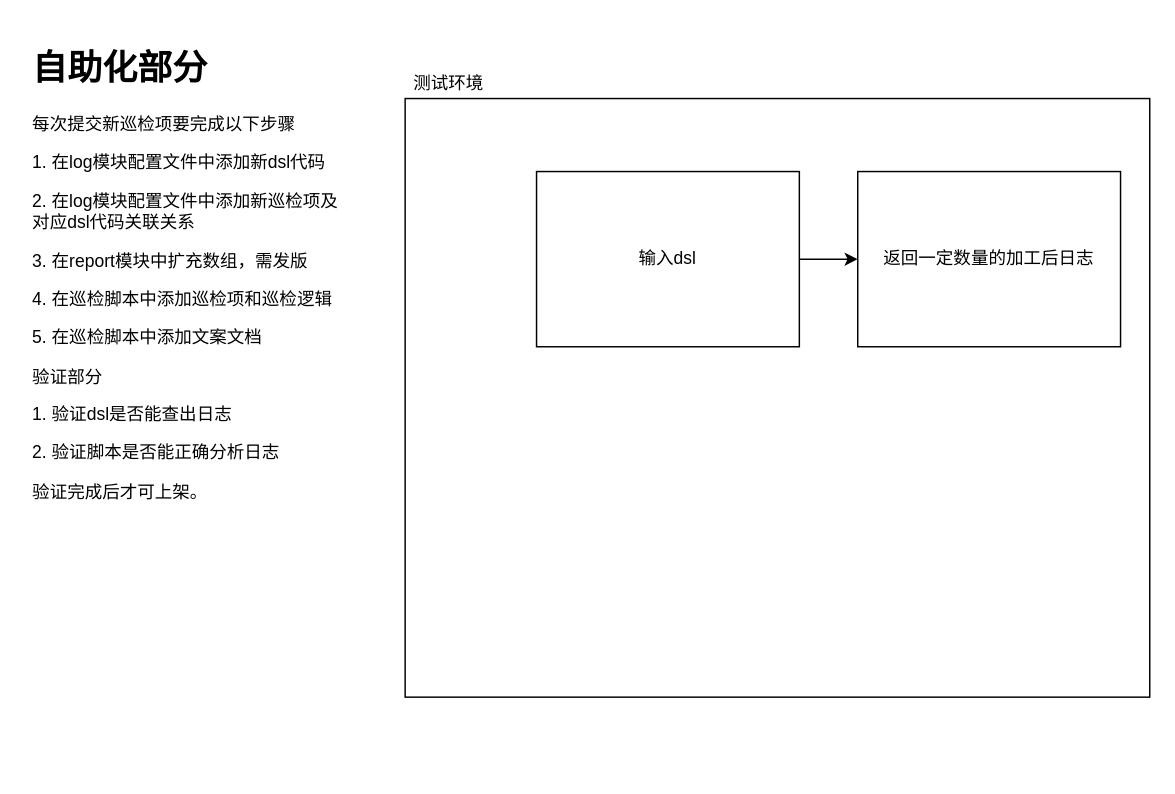
Earlier version of the draw.io diagram img/123.drawio (Readercyc/demo). Source tidied: cells renumbered, new cells numbered last; positions are measured from the earlier drawing's top-left corner, leaving out a move shared by most shapes. Both pictures are drawn from the tidied source at 146%, with x=0, y=0 at pixel (25, 39).
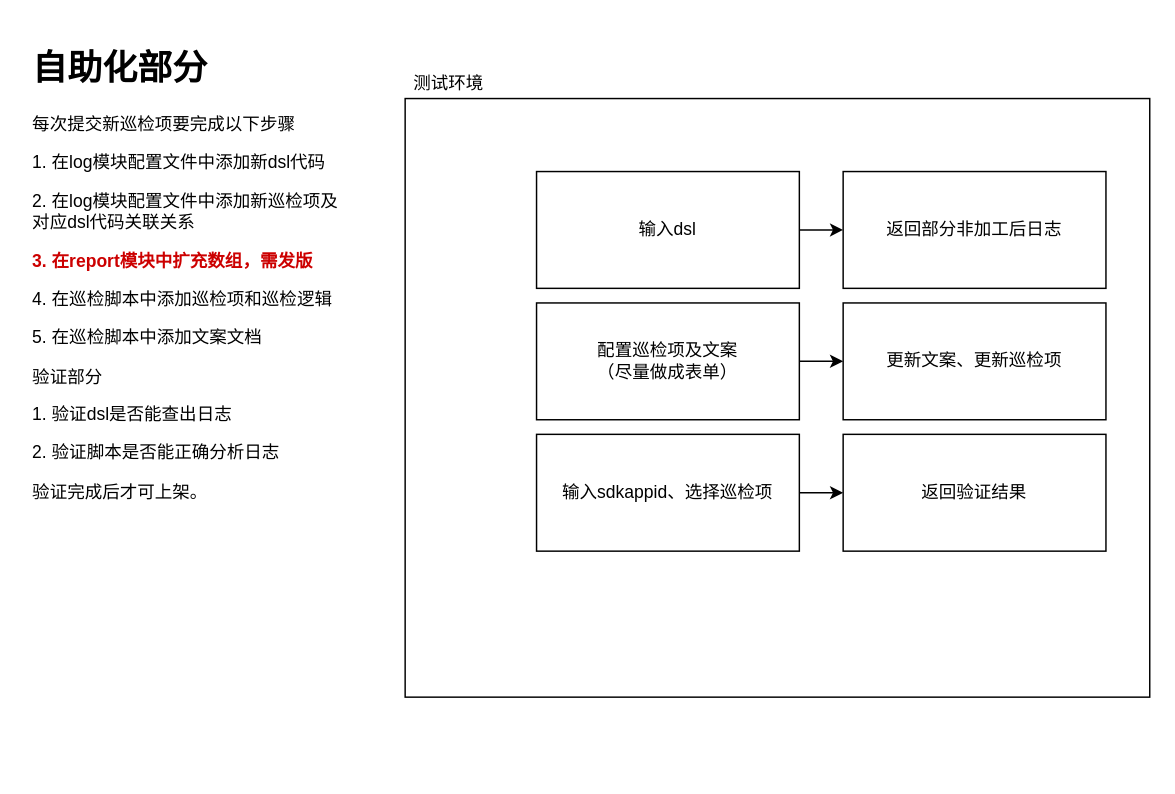
The same diagram, later.

The edit, as a diff of the source:
```diff
@@
 <mxGraphModel>
   <root>
     <mxCell id="0" />
     <mxCell id="1" parent="0" />
-    <mxCell id="2" value="&lt;h1&gt;自助化部分&lt;/h1&gt;&lt;p&gt;每次提交新巡检项要完成以下步骤&lt;/p&gt;&lt;p&gt;1. 在log模块配置文件中添加新dsl代码&lt;/p&gt;&lt;p&gt;2. 在log模块配置文件中添加新巡检项及对应dsl代码关联关系&lt;/p&gt;&lt;p&gt;3. 在report模块中扩充数组，需发版&lt;/p&gt;&lt;p&gt;4. 在巡检脚本中添加巡检项和巡检逻辑&lt;/p&gt;&lt;p&gt;5. 在巡检脚本中添加文案文档&lt;/p&gt;&lt;p&gt;验证部分&lt;/p&gt;&lt;p&gt;1. 验证dsl是否能查出日志&lt;/p&gt;&lt;p&gt;2. 验证脚本是否能正确分析日志&lt;/p&gt;&lt;p&gt;验证完成后才可上架。&lt;/p&gt;" style="text;html=1;strokeColor=none;fillColor=none;spacing=5;spacingTop=-20;whiteSpace=wrap;overflow=hidden;rounded=0;" parent="1" vertex="1">
+    <mxCell id="2" value="&lt;h1&gt;自助化部分&lt;/h1&gt;&lt;p&gt;每次提交新巡检项要完成以下步骤&lt;/p&gt;&lt;p&gt;1. 在log模块配置文件中添加新dsl代码&lt;/p&gt;&lt;p&gt;2. 在log模块配置文件中添加新巡检项及对应dsl代码关联关系&lt;/p&gt;&lt;p&gt;&lt;b&gt;&lt;font color=&quot;#cc0000&quot;&gt;3. 在report模块中扩充数组，需发版&lt;/font&gt;&lt;/b&gt;&lt;/p&gt;&lt;p&gt;4. 在巡检脚本中添加巡检项和巡检逻辑&lt;/p&gt;&lt;p&gt;5. 在巡检脚本中添加文案文档&lt;/p&gt;&lt;p&gt;验证部分&lt;/p&gt;&lt;p&gt;1. 验证dsl是否能查出日志&lt;/p&gt;&lt;p&gt;2. 验证脚本是否能正确分析日志&lt;/p&gt;&lt;p&gt;验证完成后才可上架。&lt;/p&gt;" style="text;html=1;strokeColor=none;fillColor=none;spacing=5;spacingTop=-20;whiteSpace=wrap;overflow=hidden;rounded=0;" parent="1" vertex="1">
       <mxGeometry width="220" height="500" as="geometry" />
     </mxCell>
     <mxCell id="3" style="rounded=0;whiteSpace=wrap;html=1;" parent="1" vertex="1">
       <mxGeometry x="260" y="40" width="510" height="410" as="geometry" />
     </mxCell>
     <mxCell id="4" style="edgeStyle=orthogonalEdgeStyle;rounded=0;jettySize=auto;html=1;exitX=1;exitY=0.5;exitDx=0;exitDy=0;" parent="1" edge="1" source="5" target="6">
       <mxGeometry relative="1" as="geometry" />
     </mxCell>
     <mxCell id="5" value="输入dsl" style="rounded=0;whiteSpace=wrap;html=1;" parent="1" vertex="1">
-      <mxGeometry x="350" y="90" width="180" height="120" as="geometry" />
+      <mxGeometry x="350" y="90" width="180" height="80" as="geometry" />
     </mxCell>
-    <mxCell id="6" value="返回一定数量的加工后日志" style="rounded=0;whiteSpace=wrap;html=1;" parent="1" vertex="1">
-      <mxGeometry x="570" y="90" width="180" height="120" as="geometry" />
+    <mxCell id="6" value="返回部分非加工后日志" style="rounded=0;whiteSpace=wrap;html=1;" parent="1" vertex="1">
+      <mxGeometry x="560" y="90" width="180" height="80" as="geometry" />
     </mxCell>
     <mxCell id="7" value="测试环境" style="text;html=1;strokeColor=none;fillColor=none;align=center;verticalAlign=middle;whiteSpace=wrap;rounded=0;" parent="1" vertex="1">
       <mxGeometry x="250" y="20" width="80" height="20" as="geometry" />
     </mxCell>
+    <mxCell id="8" style="edgeStyle=orthogonalEdgeStyle;rounded=0;jettySize=auto;html=1;exitX=1;exitY=0.5;exitDx=0;exitDy=0;" parent="1" edge="1" source="9" target="10">
+      <mxGeometry relative="1" as="geometry" />
+    </mxCell>
+    <mxCell id="9" value="配置巡检项及文案&lt;br&gt;（尽量做成表单）" style="rounded=0;whiteSpace=wrap;html=1;" parent="1" vertex="1">
+      <mxGeometry x="350" y="180" width="180" height="80" as="geometry" />
+    </mxCell>
+    <mxCell id="10" value="更新文案、更新巡检项" style="rounded=0;whiteSpace=wrap;html=1;" parent="1" vertex="1">
+      <mxGeometry x="560" y="180" width="180" height="80" as="geometry" />
+    </mxCell>
+    <mxCell id="11" style="edgeStyle=orthogonalEdgeStyle;rounded=0;jettySize=auto;html=1;exitX=1;exitY=0.5;exitDx=0;exitDy=0;" parent="1" edge="1" source="12" target="13">
+      <mxGeometry relative="1" as="geometry" />
+    </mxCell>
+    <mxCell id="12" value="输入sdkappid、选择巡检项" style="rounded=0;whiteSpace=wrap;html=1;" parent="1" vertex="1">
+      <mxGeometry x="350" y="270" width="180" height="80" as="geometry" />
+    </mxCell>
+    <mxCell id="13" value="返回验证结果" style="rounded=0;whiteSpace=wrap;html=1;" parent="1" vertex="1">
+      <mxGeometry x="560" y="270" width="180" height="80" as="geometry" />
+    </mxCell>
   </root>
 </mxGraphModel>
```
